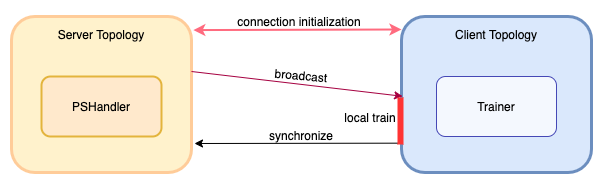
Before: docs/imgs/fedlab-sychronous.png, a diagram exported from draw.io (SMILELab-FL/FedLab). Source tidied: cells renumbered, new cells last; positions are measured from the earlier drawing's top-left corner, leaving out a move shared by most shapes.
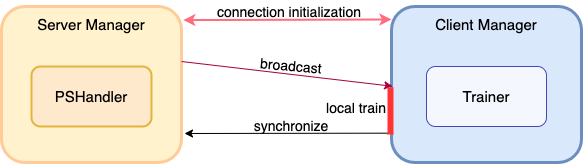
The same file after the commit.

Diff of the diagram source:
```diff
@@ -2,19 +2,19 @@
   <root>
     <mxCell id="0" />
     <mxCell id="1" parent="0" />
-    <mxCell id="2" value="local train" style="text;html=1;strokeColor=none;fillColor=none;align=center;verticalAlign=middle;whiteSpace=wrap;rounded=0;" parent="1" vertex="1">
-      <mxGeometry x="314" y="96" width="90" height="20" as="geometry" />
+    <mxCell id="2" value="&lt;font style=&quot;font-size: 14px&quot;&gt;local train&lt;/font&gt;" style="text;html=1;strokeColor=none;fillColor=none;align=center;verticalAlign=middle;whiteSpace=wrap;rounded=0;" parent="1" vertex="1">
+      <mxGeometry x="310" y="96" width="90" height="20" as="geometry" />
     </mxCell>
     <mxCell id="3" style="rounded=1;whiteSpace=wrap;html=1;fillColor=#fff2cc;strokeColor=#FFCC99;strokeWidth=3;" parent="1" vertex="1">
       <mxGeometry y="5" width="180" height="156" as="geometry" />
     </mxCell>
-    <mxCell id="4" value="Server Topology" style="text;html=1;strokeColor=none;fillColor=none;align=center;verticalAlign=middle;whiteSpace=wrap;rounded=0;" parent="1" vertex="1">
+    <mxCell id="4" value="&lt;font style=&quot;font-size: 15px&quot;&gt;Server Manager&lt;/font&gt;" style="text;html=1;strokeColor=none;fillColor=none;align=center;verticalAlign=middle;whiteSpace=wrap;rounded=0;" parent="1" vertex="1">
       <mxGeometry x="25" y="13" width="130" height="20" as="geometry" />
     </mxCell>
     <mxCell id="5" style="rounded=1;whiteSpace=wrap;html=1;fillColor=#dae8fc;strokeColor=#6c8ebf;strokeWidth=3;" parent="1" vertex="1">
       <mxGeometry x="390" y="5" width="190" height="156" as="geometry" />
     </mxCell>
-    <mxCell id="6" value="Client Topology" style="text;html=1;strokeColor=none;fillColor=none;align=center;verticalAlign=middle;whiteSpace=wrap;rounded=0;" parent="1" vertex="1">
+    <mxCell id="6" value="&lt;font style=&quot;font-size: 15px&quot;&gt;Client Manager&lt;/font&gt;" style="text;html=1;strokeColor=none;fillColor=none;align=center;verticalAlign=middle;whiteSpace=wrap;rounded=0;" parent="1" vertex="1">
       <mxGeometry x="390" y="13" width="190" height="20" as="geometry" />
     </mxCell>
     <mxCell id="7" style="endArrow=classic;html=1;exitX=1;exitY=0.25;exitDx=0;exitDy=0;entryX=0.006;entryY=0.409;entryDx=0;entryDy=0;entryPerimeter=0;fillColor=#d80073;strokeColor=#A50040;" parent="1" edge="1">
@@ -28,22 +28,22 @@
         <mxPoint x="183" y="132" as="targetPoint" />
       </mxGeometry>
     </mxCell>
-    <mxCell id="9" value="synchronize" style="text;html=1;strokeColor=none;fillColor=none;align=center;verticalAlign=middle;whiteSpace=wrap;rounded=0;shadow=0;glass=0;dashed=1;sketch=0;opacity=70;" parent="1" vertex="1">
+    <mxCell id="9" value="&lt;font style=&quot;font-size: 14px&quot;&gt;synchronize&lt;/font&gt;" style="text;html=1;strokeColor=none;fillColor=none;align=center;verticalAlign=middle;whiteSpace=wrap;rounded=0;shadow=0;glass=0;dashed=1;sketch=0;opacity=70;" parent="1" vertex="1">
       <mxGeometry x="245" y="114" width="90" height="20" as="geometry" />
     </mxCell>
-    <mxCell id="10" value="PSHandler" style="rounded=1;whiteSpace=wrap;html=1;shadow=0;glass=0;sketch=0;strokeColor=#d79b00;fillColor=#ffe6cc;opacity=70;strokeWidth=2;" parent="1" vertex="1">
+    <mxCell id="10" value="&lt;font style=&quot;font-size: 15px&quot;&gt;PSHandler&lt;/font&gt;" style="rounded=1;whiteSpace=wrap;html=1;shadow=0;glass=0;sketch=0;strokeColor=#d79b00;fillColor=#ffe6cc;opacity=70;strokeWidth=2;" parent="1" vertex="1">
       <mxGeometry x="30" y="65" width="120" height="60" as="geometry" />
     </mxCell>
-    <mxCell id="11" value="Trainer" style="rounded=1;whiteSpace=wrap;html=1;shadow=0;glass=0;sketch=0;opacity=70;strokeColor=#000099;" parent="1" vertex="1">
+    <mxCell id="11" value="&lt;font style=&quot;font-size: 15px&quot;&gt;Trainer&lt;/font&gt;" style="rounded=1;whiteSpace=wrap;html=1;shadow=0;glass=0;sketch=0;opacity=70;strokeColor=#000099;" parent="1" vertex="1">
       <mxGeometry x="425" y="65" width="120" height="60" as="geometry" />
     </mxCell>
     <mxCell id="12" style="endArrow=classic;startArrow=classic;html=1;entryX=0;entryY=0.25;entryDx=0;entryDy=0;exitX=1.01;exitY=0.087;exitDx=0;exitDy=0;exitPerimeter=0;fillColor=#d80073;strokeWidth=2;strokeColor=#FF6B7F;" parent="1" edge="1" source="3" target="6">
       <mxGeometry relative="1" as="geometry" />
     </mxCell>
-    <mxCell id="13" value="connection initialization" style="text;html=1;fillColor=none;align=center;verticalAlign=middle;whiteSpace=wrap;rounded=0;strokeWidth=2;" parent="1" vertex="1">
+    <mxCell id="13" value="&lt;font style=&quot;font-size: 14px&quot;&gt;connection initialization&lt;/font&gt;" style="text;html=1;fillColor=none;align=center;verticalAlign=middle;whiteSpace=wrap;rounded=0;strokeWidth=2;" parent="1" vertex="1">
       <mxGeometry x="198" width="180" height="20" as="geometry" />
     </mxCell>
-    <mxCell id="14" value="broadcast" style="text;html=1;strokeColor=none;fillColor=none;align=center;verticalAlign=middle;whiteSpace=wrap;rounded=0;rotation=5;" parent="1" vertex="1">
+    <mxCell id="14" value="&lt;font style=&quot;font-size: 14px&quot;&gt;broadcast&lt;/font&gt;" style="text;html=1;strokeColor=none;fillColor=none;align=center;verticalAlign=middle;whiteSpace=wrap;rounded=0;rotation=5;" parent="1" vertex="1">
       <mxGeometry x="245" y="54" width="90" height="20" as="geometry" />
     </mxCell>
     <mxCell id="15" style="endArrow=none;html=1;strokeWidth=6;strokeColor=#FF3333;startSize=11;endSize=6;" parent="1" edge="1">
```
